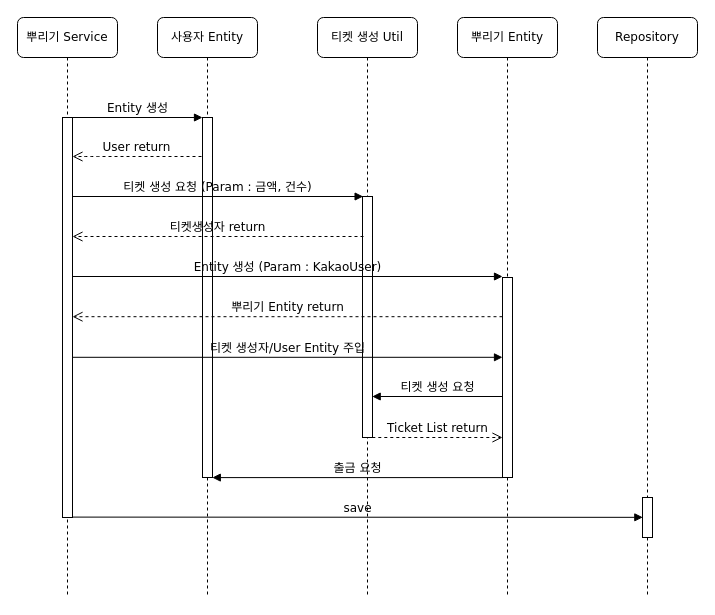
The draw.io diagram src/docs/flowchart/receipt.drawio in geeshow/MoneySpreader, before the edit. Source tidied: cells renumbered, new cells numbered last; positions are measured from the earlier drawing's top-left corner, leaving out a move shared by most shapes. Both pictures are drawn from the tidied source at 100%, with x=0, y=0 at pixel (17, 17).
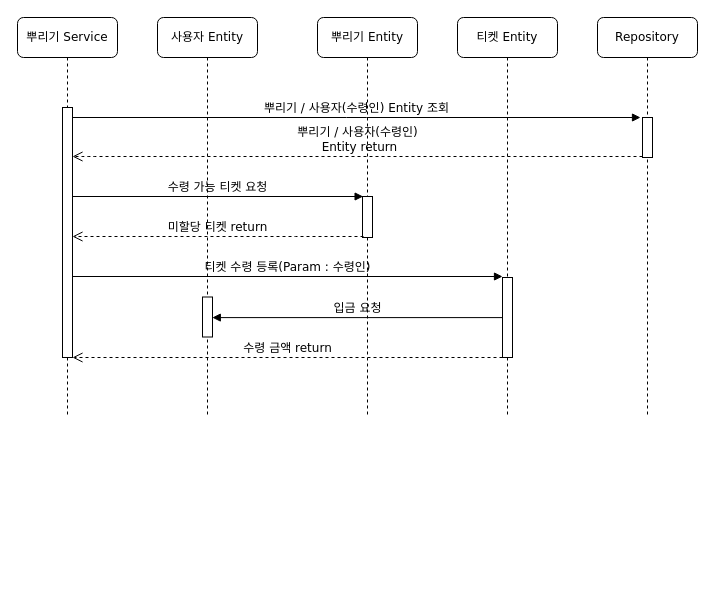
The same page after the edit.

The edit, as a diff of the source:
```diff
@@
     <mxCell id="2" value="사용자 Entity" style="shape=umlLifeline;perimeter=lifelinePerimeter;whiteSpace=wrap;html=1;rounded=1;shadow=0;comic=0;labelBackgroundColor=none;strokeWidth=1;fontFamily=Verdana;fontSize=12;align=center;" parent="1" vertex="1">
-      <mxGeometry x="140" width="100" height="580" as="geometry" />
+      <mxGeometry x="140" width="100" height="400" as="geometry" />
     </mxCell>
     <mxCell id="3" style="html=1;points=[];perimeter=orthogonalPerimeter;rounded=0;shadow=0;comic=0;labelBackgroundColor=none;strokeWidth=1;fontFamily=Verdana;fontSize=12;align=center;" parent="2" vertex="1">
-      <mxGeometry x="45" y="100" width="10" height="360" as="geometry" />
+      <mxGeometry x="45" y="279.5" width="10" height="40" as="geometry" />
     </mxCell>
-    <mxCell id="4" value="티켓 생성 Util" style="shape=umlLifeline;perimeter=lifelinePerimeter;whiteSpace=wrap;html=1;rounded=1;shadow=0;comic=0;labelBackgroundColor=none;strokeWidth=1;fontFamily=Verdana;fontSize=12;align=center;" parent="1" vertex="1">
-      <mxGeometry x="300" width="100" height="580" as="geometry" />
+    <mxCell id="4" value="뿌리기 Entity" style="shape=umlLifeline;perimeter=lifelinePerimeter;whiteSpace=wrap;html=1;rounded=1;shadow=0;comic=0;labelBackgroundColor=none;strokeWidth=1;fontFamily=Verdana;fontSize=12;align=center;" parent="1" vertex="1">
+      <mxGeometry x="300" width="100" height="400" as="geometry" />
     </mxCell>
     <mxCell id="5" style="html=1;points=[];perimeter=orthogonalPerimeter;rounded=0;shadow=0;comic=0;labelBackgroundColor=none;strokeWidth=1;fontFamily=Verdana;fontSize=12;align=center;" parent="4" vertex="1">
-      <mxGeometry x="45" y="179" width="10" height="241" as="geometry" />
+      <mxGeometry x="45" y="179" width="10" height="41" as="geometry" />
     </mxCell>
-    <mxCell id="6" value="뿌리기 Entity" style="shape=umlLifeline;perimeter=lifelinePerimeter;whiteSpace=wrap;html=1;rounded=1;shadow=0;comic=0;labelBackgroundColor=none;strokeWidth=1;fontFamily=Verdana;fontSize=12;align=center;" parent="1" vertex="1">
-      <mxGeometry x="440" width="100" height="580" as="geometry" />
+    <mxCell id="6" value="티켓 Entity" style="shape=umlLifeline;perimeter=lifelinePerimeter;whiteSpace=wrap;html=1;rounded=1;shadow=0;comic=0;labelBackgroundColor=none;strokeWidth=1;fontFamily=Verdana;fontSize=12;align=center;" parent="1" vertex="1">
+      <mxGeometry x="440" width="100" height="400" as="geometry" />
     </mxCell>
     <mxCell id="7" value="Repository" style="shape=umlLifeline;perimeter=lifelinePerimeter;whiteSpace=wrap;html=1;rounded=1;shadow=0;comic=0;labelBackgroundColor=none;strokeWidth=1;fontFamily=Verdana;fontSize=12;align=center;" parent="1" vertex="1">
-      <mxGeometry x="580" width="100" height="580" as="geometry" />
+      <mxGeometry x="580" width="100" height="400" as="geometry" />
     </mxCell>
     <mxCell id="8" style="html=1;points=[];perimeter=orthogonalPerimeter;rounded=0;shadow=0;comic=0;labelBackgroundColor=none;strokeWidth=1;fontFamily=Verdana;fontSize=12;align=center;" parent="7" vertex="1">
-      <mxGeometry x="45" y="480" width="10" height="40" as="geometry" />
+      <mxGeometry x="45" y="100" width="10" height="40" as="geometry" />
     </mxCell>
     <mxCell id="9" value="뿌리기 Service" style="shape=umlLifeline;perimeter=lifelinePerimeter;whiteSpace=wrap;html=1;rounded=1;shadow=0;comic=0;labelBackgroundColor=none;strokeWidth=1;fontFamily=Verdana;fontSize=12;align=center;" parent="1" vertex="1">
-      <mxGeometry width="100" height="580" as="geometry" />
+      <mxGeometry width="100" height="400" as="geometry" />
     </mxCell>
     <mxCell id="10" style="html=1;points=[];perimeter=orthogonalPerimeter;rounded=0;shadow=0;comic=0;labelBackgroundColor=none;strokeWidth=1;fontFamily=Verdana;fontSize=12;align=center;" parent="9" vertex="1">
-      <mxGeometry x="45" y="100" width="10" height="400" as="geometry" />
+      <mxGeometry x="45" y="90" width="10" height="250" as="geometry" />
     </mxCell>
     <mxCell id="11" style="html=1;perimeter=orthogonalPerimeter;rounded=0;shadow=0;comic=0;labelBackgroundColor=none;strokeWidth=1;fontFamily=Verdana;fontSize=12;align=center;" parent="1" vertex="1">
-      <mxGeometry x="485" y="260" width="10" height="200" as="geometry" />
+      <mxGeometry x="485" y="260" width="10" height="80" as="geometry" />
     </mxCell>
-    <mxCell id="12" value="Entity 생성 (Param : KakaoUser)" style="html=1;verticalAlign=bottom;endArrow=block;entryX=0;entryY=0;labelBackgroundColor=none;fontFamily=Verdana;fontSize=12;" parent="1" edge="1">
+    <mxCell id="12" value="티켓 수령 등록(Param : 수령인)" style="html=1;verticalAlign=bottom;endArrow=block;entryX=0;entryY=0;labelBackgroundColor=none;fontFamily=Verdana;fontSize=12;" parent="1" edge="1">
       <mxGeometry relative="1" as="geometry">
         <mxPoint x="55" y="259" as="sourcePoint" />
         <mxPoint x="485" y="259" as="targetPoint" />
       </mxGeometry>
     </mxCell>
-    <mxCell id="13" value="티켓 생성 요청" style="html=1;verticalAlign=bottom;endArrow=block;labelBackgroundColor=none;fontFamily=Verdana;fontSize=12;edgeStyle=elbowEdgeStyle;elbow=vertical;entryX=0.974;entryY=0.88;entryDx=0;entryDy=0;entryPerimeter=0;" parent="1" edge="1">
-      <mxGeometry relative="1" as="geometry">
-        <mxPoint x="485" y="379" as="sourcePoint" />
-        <mxPoint x="354.7" y="379" as="targetPoint" />
-        <Array as="points">
-          <mxPoint x="420.5" y="379" />
-          <mxPoint x="440.5" y="576" />
-          <mxPoint x="370.5" y="576" />
-        </Array>
-      </mxGeometry>
-    </mxCell>
-    <mxCell id="14" value="티켓생성자 return" style="html=1;verticalAlign=bottom;endArrow=open;dashed=1;endSize=8;labelBackgroundColor=none;fontFamily=Verdana;fontSize=12;edgeStyle=elbowEdgeStyle;elbow=vertical;" parent="1" edge="1">
+    <mxCell id="14" value="미할당 티켓 return" style="html=1;verticalAlign=bottom;endArrow=open;dashed=1;endSize=8;labelBackgroundColor=none;fontFamily=Verdana;fontSize=12;edgeStyle=elbowEdgeStyle;elbow=vertical;" parent="1" edge="1">
       <mxGeometry relative="1" as="geometry">
         <mxPoint x="346" y="219" as="sourcePoint" />
         <mxPoint x="55" y="219" as="targetPoint" />
         <Array as="points">
           <mxPoint x="288" y="219" />
         </Array>
       </mxGeometry>
     </mxCell>
-    <mxCell id="15" value="Entity 생성" style="html=1;verticalAlign=bottom;endArrow=block;entryX=0;entryY=0;labelBackgroundColor=none;fontFamily=Verdana;fontSize=12;edgeStyle=elbowEdgeStyle;elbow=vertical;" parent="1" edge="1" source="10" target="3">
+    <mxCell id="15" value="뿌리기 / 사용자(수령인) Entity 조회" style="html=1;verticalAlign=bottom;endArrow=block;entryX=-0.2;entryY=0;labelBackgroundColor=none;fontFamily=Verdana;fontSize=12;edgeStyle=elbowEdgeStyle;elbow=vertical;entryDx=0;entryDy=0;entryPerimeter=0;" parent="1" edge="1" source="10" target="8">
       <mxGeometry relative="1" as="geometry" />
     </mxCell>
-    <mxCell id="16" value="User return" style="html=1;verticalAlign=bottom;endArrow=open;dashed=1;endSize=8;labelBackgroundColor=none;fontFamily=Verdana;fontSize=12;edgeStyle=elbowEdgeStyle;elbow=vertical;" parent="1" edge="1">
+    <mxCell id="16" value="뿌리기 / 사용자(수령인)&lt;br&gt;&amp;nbsp;Entity return" style="html=1;verticalAlign=bottom;endArrow=open;dashed=1;endSize=8;labelBackgroundColor=none;fontFamily=Verdana;fontSize=12;edgeStyle=elbowEdgeStyle;elbow=vertical;" parent="1" edge="1" source="8">
       <mxGeometry relative="1" as="geometry">
-        <mxPoint x="184" y="139" as="sourcePoint" />
         <mxPoint x="55" y="139" as="targetPoint" />
         <Array as="points">
           <mxPoint x="71" y="139" />
           <mxPoint x="176" y="139" />
         </Array>
       </mxGeometry>
     </mxCell>
-    <mxCell id="17" value="뿌리기 Entity return" style="html=1;verticalAlign=bottom;endArrow=open;dashed=1;endSize=8;labelBackgroundColor=none;fontFamily=Verdana;fontSize=12;edgeStyle=elbowEdgeStyle;elbow=vertical;" parent="1" edge="1">
+    <mxCell id="17" value="수령 금액 return" style="html=1;verticalAlign=bottom;endArrow=open;dashed=1;endSize=8;labelBackgroundColor=none;fontFamily=Verdana;fontSize=12;edgeStyle=elbowEdgeStyle;elbow=vertical;" parent="1" edge="1">
       <mxGeometry relative="1" as="geometry">
-        <mxPoint x="485" y="299.2" as="sourcePoint" />
-        <mxPoint x="55" y="299.2" as="targetPoint" />
+        <mxPoint x="485" y="340" as="sourcePoint" />
+        <mxPoint x="55" y="340" as="targetPoint" />
         <Array as="points">
-          <mxPoint x="291" y="299.2" />
+          <mxPoint x="291" y="340" />
         </Array>
       </mxGeometry>
     </mxCell>
-    <mxCell id="18" value="티켓 생성자/User&amp;nbsp;Entity 주입" style="html=1;verticalAlign=bottom;endArrow=block;entryX=0;entryY=0;labelBackgroundColor=none;fontFamily=Verdana;fontSize=12;" parent="1" edge="1">
-      <mxGeometry relative="1" as="geometry">
-        <mxPoint x="55" y="339.8" as="sourcePoint" />
-        <mxPoint x="485" y="339.8" as="targetPoint" />
-      </mxGeometry>
-    </mxCell>
-    <mxCell id="19" value="Ticket List return" style="html=1;verticalAlign=bottom;endArrow=open;dashed=1;endSize=8;labelBackgroundColor=none;fontFamily=Verdana;fontSize=12;edgeStyle=elbowEdgeStyle;elbow=vertical;entryX=-0.031;entryY=0.784;entryDx=0;entryDy=0;entryPerimeter=0;exitX=0.951;exitY=0.987;exitDx=0;exitDy=0;exitPerimeter=0;" parent="1" edge="1">
-      <mxGeometry relative="1" as="geometry">
-        <mxPoint x="354.8" y="420" as="sourcePoint" />
-        <mxPoint x="485" y="420.1" as="targetPoint" />
-      </mxGeometry>
-    </mxCell>
-    <mxCell id="20" value="출금 요청" style="html=1;verticalAlign=bottom;endArrow=block;labelBackgroundColor=none;fontFamily=Verdana;fontSize=12;edgeStyle=elbowEdgeStyle;elbow=vertical;entryX=0.978;entryY=0.727;entryDx=0;entryDy=0;entryPerimeter=0;" parent="1" edge="1">
+    <mxCell id="20" value="입금 요청" style="html=1;verticalAlign=bottom;endArrow=block;labelBackgroundColor=none;fontFamily=Verdana;fontSize=12;edgeStyle=elbowEdgeStyle;elbow=vertical;entryX=0.978;entryY=0.727;entryDx=0;entryDy=0;entryPerimeter=0;" parent="1" edge="1">
       <mxGeometry relative="1" as="geometry">
-        <mxPoint x="485" y="460.1" as="sourcePoint" />
-        <mxPoint x="194.8" y="460" as="targetPoint" />
+        <mxPoint x="485" y="300.1" as="sourcePoint" />
+        <mxPoint x="194.8" y="300" as="targetPoint" />
         <Array as="points">
-          <mxPoint x="420.5" y="460.1" />
-          <mxPoint x="440.5" y="657.1" />
-          <mxPoint x="370.5" y="657.1" />
+          <mxPoint x="420.5" y="300.1" />
+          <mxPoint x="440.5" y="497.1" />
+          <mxPoint x="370.5" y="497.1" />
         </Array>
       </mxGeometry>
     </mxCell>
-    <mxCell id="21" value="티켓 생성 요청 (Param : 금액, 건수)" style="html=1;verticalAlign=bottom;endArrow=block;labelBackgroundColor=none;fontFamily=Verdana;fontSize=12;edgeStyle=elbowEdgeStyle;elbow=vertical;entryX=0.061;entryY=-0.001;entryDx=0;entryDy=0;entryPerimeter=0;" parent="1" edge="1" source="10" target="5">
+    <mxCell id="21" value="수령 가능 티켓 요청" style="html=1;verticalAlign=bottom;endArrow=block;labelBackgroundColor=none;fontFamily=Verdana;fontSize=12;edgeStyle=elbowEdgeStyle;elbow=vertical;entryX=0.061;entryY=-0.001;entryDx=0;entryDy=0;entryPerimeter=0;" parent="1" edge="1" source="10" target="5">
       <mxGeometry relative="1" as="geometry">
         <Array as="points">
           <mxPoint x="322" y="179" />
           <mxPoint x="140.9" y="64.8" />
           <mxPoint x="110.9" y="84.8" />
         </Array>
       </mxGeometry>
     </mxCell>
-    <mxCell id="22" value="save" style="html=1;verticalAlign=bottom;endArrow=block;entryX=0.033;entryY=0.496;labelBackgroundColor=none;fontFamily=Verdana;fontSize=12;entryDx=0;entryDy=0;entryPerimeter=0;" parent="1" edge="1" target="8">
-      <mxGeometry relative="1" as="geometry">
-        <mxPoint x="55" y="499.6" as="sourcePoint" />
-      </mxGeometry>
-    </mxCell>
```
